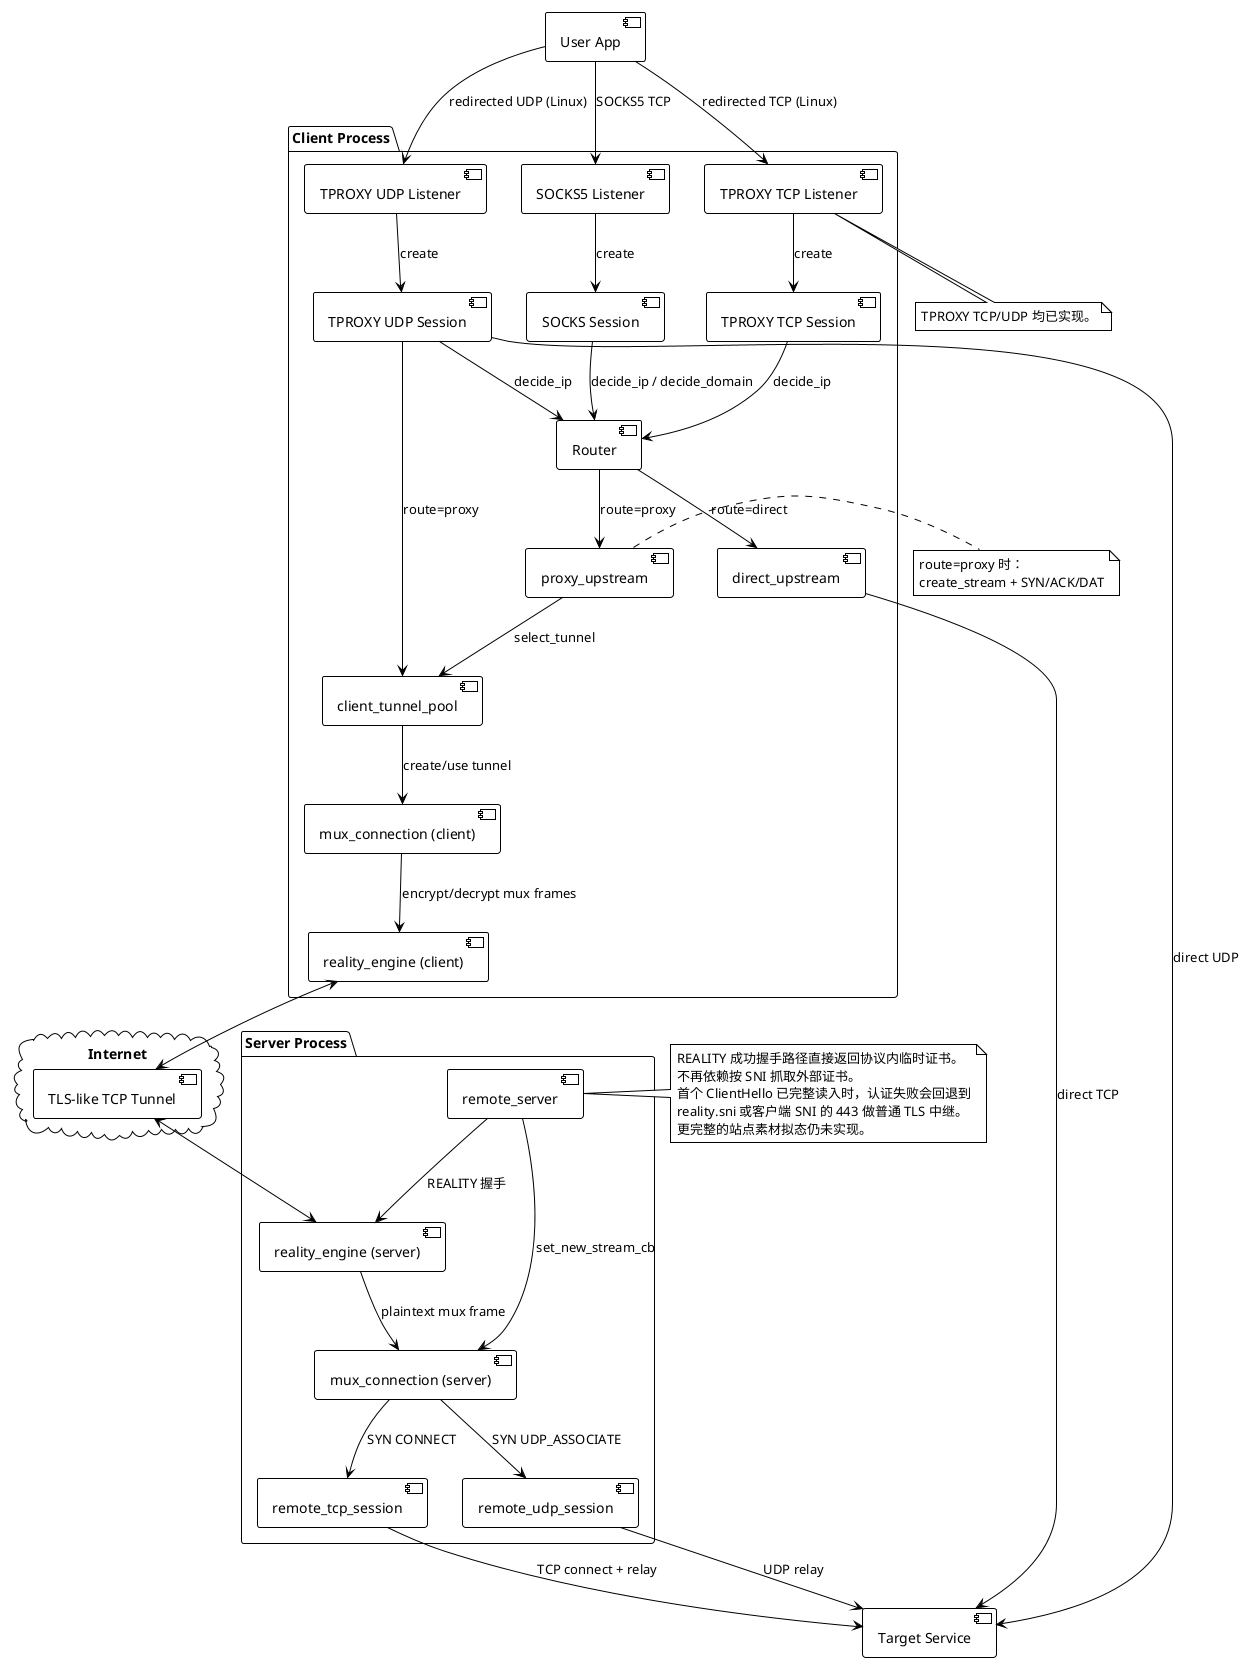
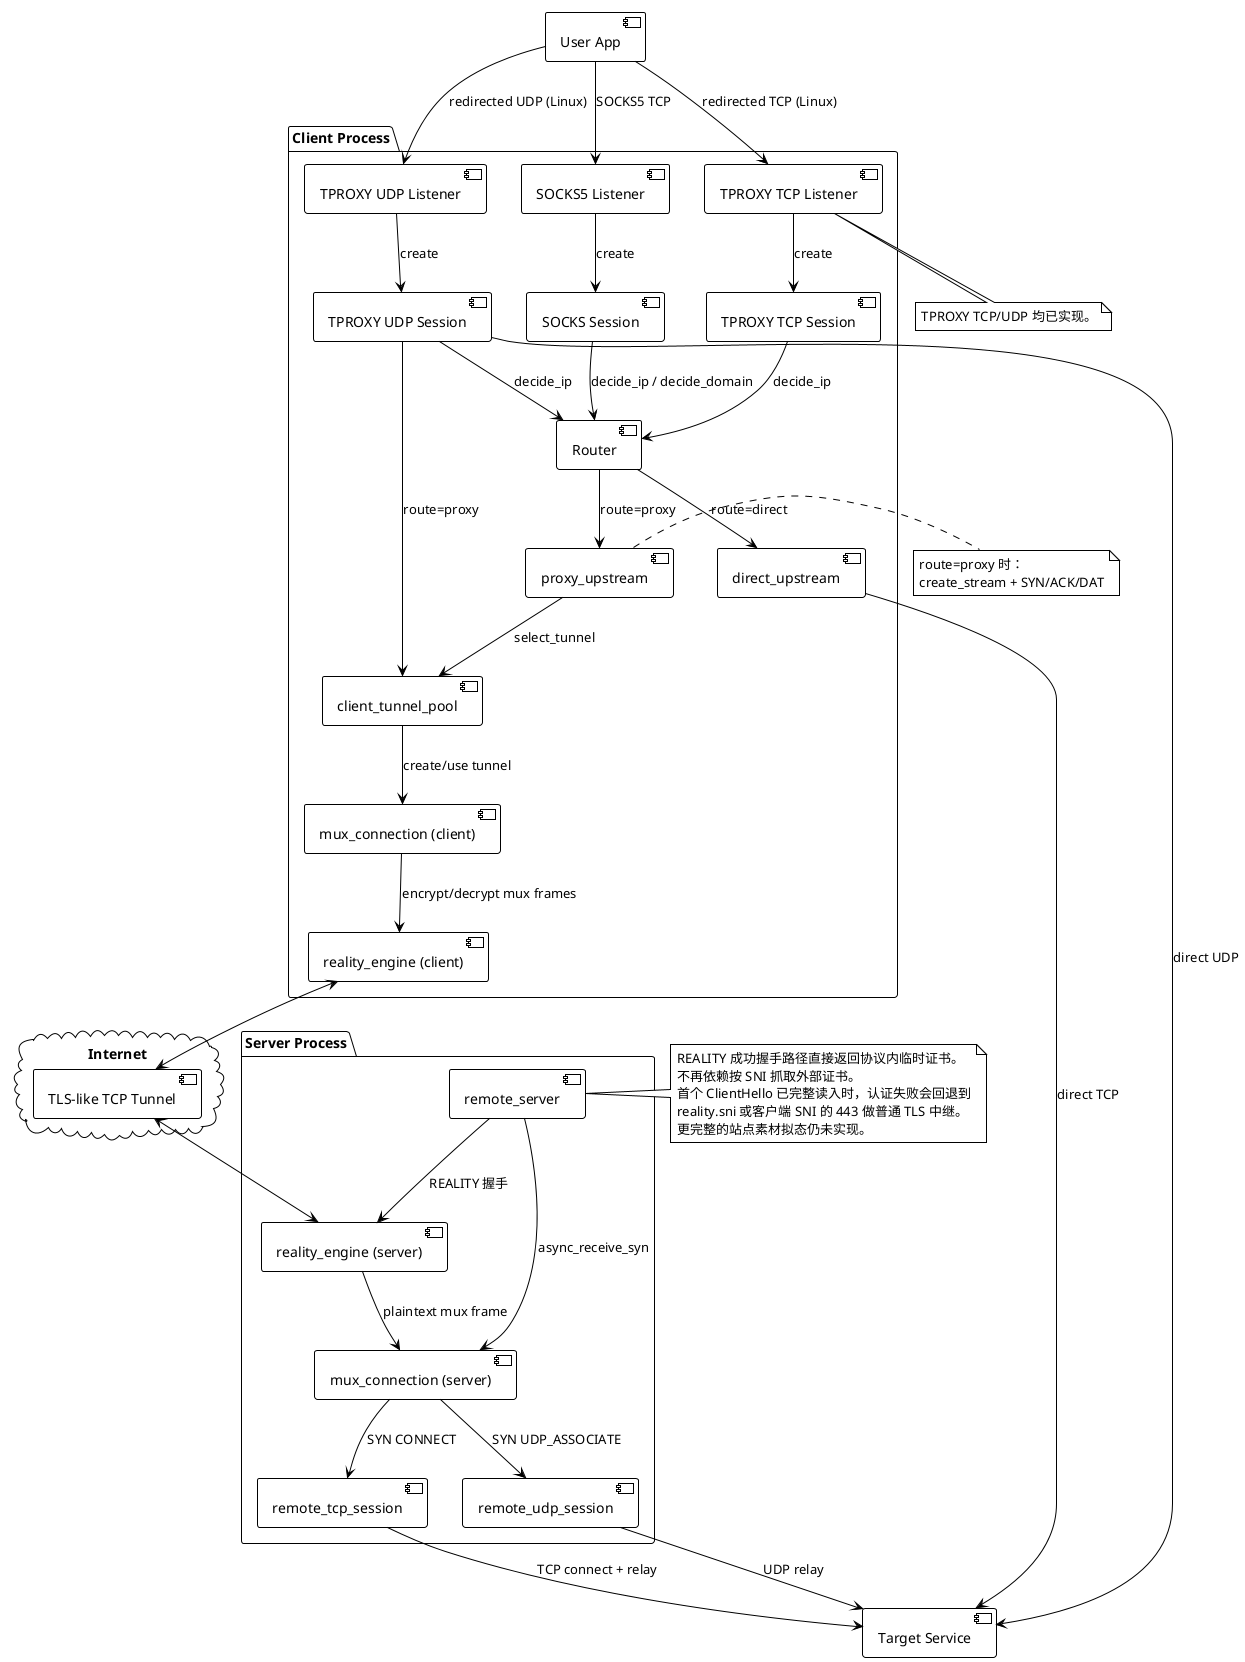
@startuml
!theme plain
skinparam componentStyle uml2

package "Client Process" {
    [SOCKS5 Listener] as SocksListener
    [SOCKS Session] as SocksSession
    [TPROXY TCP Listener] as TproxyListener
    [TPROXY TCP Session] as TproxySession
    [TPROXY UDP Listener] as TproxyUdpListener
    [TPROXY UDP Session] as TproxyUdpSession

    [Router] as Router
    [direct_upstream] as DirectUpstream
    [proxy_upstream] as ProxyUpstream

    [client_tunnel_pool] as TunnelPool
    [mux_connection (client)] as ClientMux
    [reality_engine (client)] as ClientReality

}

cloud "Internet" {
    [TLS-like TCP Tunnel] as Network
}

package "Server Process" {
    [remote_server] as RemoteServer
    [mux_connection (server)] as ServerMux
    [reality_engine (server)] as ServerReality
    [remote_tcp_session] as RemoteTcp
    [remote_udp_session] as RemoteUdp
}

[User App] as App
[Target Service] as Target
App --> SocksListener : SOCKS5 TCP
SocksListener --> SocksSession : create

App --> TproxyListener : redirected TCP (Linux)
TproxyListener --> TproxySession : create

App --> TproxyUdpListener : redirected UDP (Linux)
TproxyUdpListener --> TproxyUdpSession : create

SocksSession --> Router : decide_ip / decide_domain
TproxySession --> Router : decide_ip
TproxyUdpSession --> Router : decide_ip

Router --> DirectUpstream : route=direct
Router --> ProxyUpstream : route=proxy

DirectUpstream --> Target : direct TCP

ProxyUpstream --> TunnelPool : select_tunnel
TunnelPool --> ClientMux : create/use tunnel
ClientMux --> ClientReality : encrypt/decrypt mux frames
ClientReality <--> Network
Network <--> ServerReality
ServerReality --> ServerMux : plaintext mux frame

RemoteServer --> ServerReality : REALITY 握手
- RemoteServer --> ServerMux : set_new_stream_cb
+ RemoteServer --> ServerMux : async_receive_syn
ServerMux --> RemoteTcp : SYN CONNECT
ServerMux --> RemoteUdp : SYN UDP_ASSOCIATE

RemoteTcp --> Target : TCP connect + relay
RemoteUdp --> Target : UDP relay

TproxyUdpSession --> TunnelPool : route=proxy
TproxyUdpSession --> Target : direct UDP

note right of ProxyUpstream
  route=proxy 时：
  create_stream + SYN/ACK/DAT
end note

note right of RemoteServer
  REALITY 成功握手路径直接返回协议内临时证书。
  不再依赖按 SNI 抓取外部证书。
  首个 ClientHello 已完整读入时，认证失败会回退到
  reality.sni 或客户端 SNI 的 443 做普通 TLS 中继。
  更完整的站点素材拟态仍未实现。
end note

note bottom of TproxyListener
  TPROXY TCP/UDP 均已实现。
end note

@enduml
